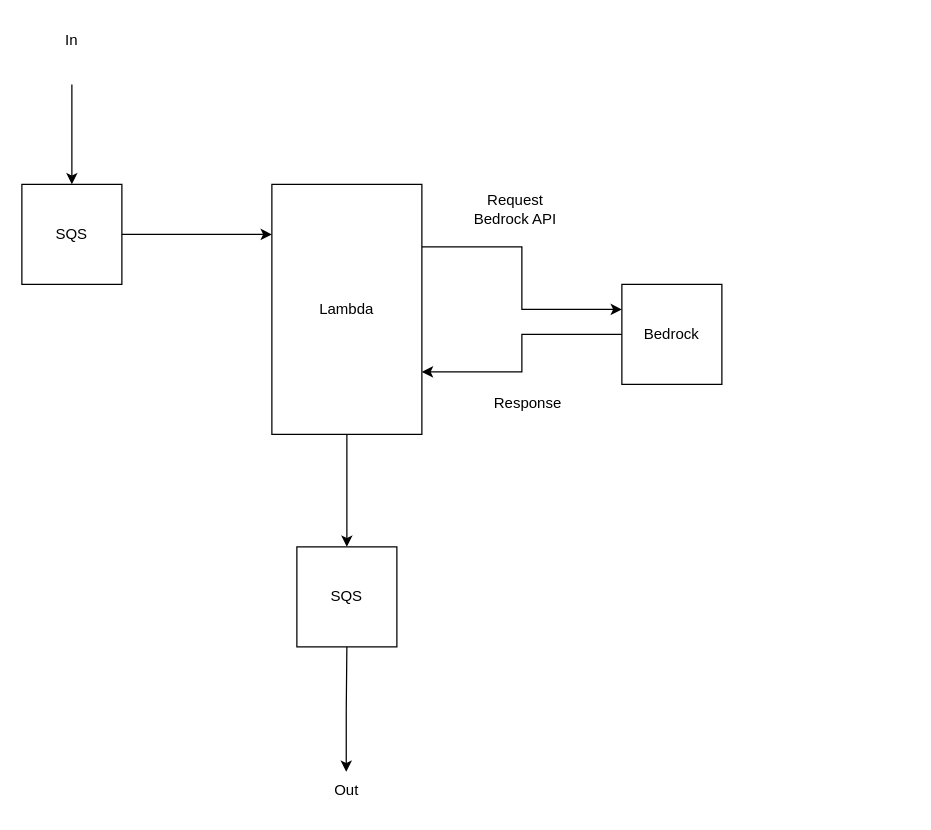
Above: page "Chatbot" (4 of 4) of plan/Workflow.drawio in deshpandesagar83/Portfolio_Website (draw.io), before the change. Source tidied: cells renumbered, new cells numbered last; positions are measured from the earlier drawing's top-left corner, leaving out a move shared by most shapes. Both pictures are drawn from the tidied source at 125%, with x=0, y=0 at pixel (21, 21).
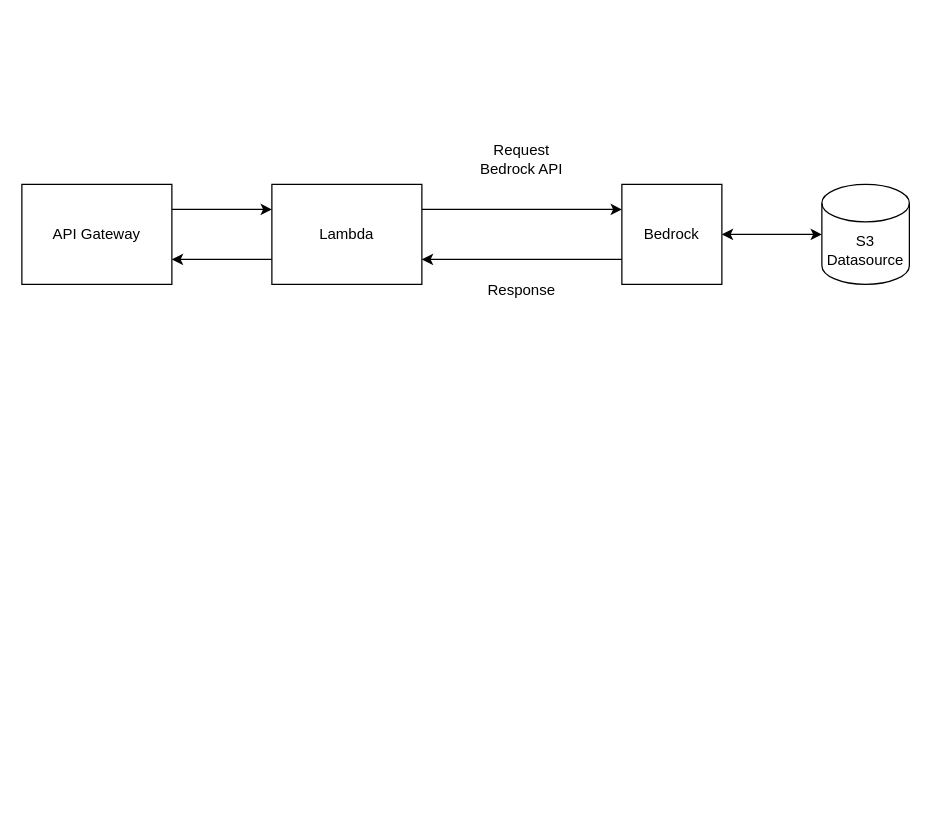
The same diagram, later.

Commit message (it also covers changes not shown here):
Add: Added lambda responses Update: basic error handleing. gitignore ignores python artifacts. Changed the workflow diagram to betterdescribe the functionality.

Diff of the diagram source:
```diff
@@
 <mxGraphModel>
   <root>
     <mxCell id="0" />
     <mxCell id="1" parent="0" />
-    <mxCell id="2" value="SQS" style="whiteSpace=wrap;html=1;" parent="1" vertex="1">
-      <mxGeometry y="130" width="80" height="80" as="geometry" />
-    </mxCell>
-    <mxCell id="3" style="edgeStyle=orthogonalEdgeStyle;rounded=0;jettySize=auto;html=1;entryX=1;entryY=0.75;entryDx=0;entryDy=0;" parent="1" edge="1" source="4" target="8">
+    <mxCell id="3" style="edgeStyle=orthogonalEdgeStyle;rounded=0;jettySize=auto;html=1;exitX=0;exitY=0.75;exitDx=0;exitDy=0;entryX=1;entryY=0.75;entryDx=0;entryDy=0;" parent="1" edge="1" source="4" target="8">
       <mxGeometry relative="1" as="geometry" />
     </mxCell>
     <mxCell id="4" value="Bedrock" style="whiteSpace=wrap;html=1;" parent="1" vertex="1">
-      <mxGeometry x="480" y="210" width="80" height="80" as="geometry" />
+      <mxGeometry x="480" y="130" width="80" height="80" as="geometry" />
     </mxCell>
-    <mxCell id="5" value="SQS" style="whiteSpace=wrap;html=1;" parent="1" vertex="1">
-      <mxGeometry x="220" y="420" width="80" height="80" as="geometry" />
-    </mxCell>
+    <mxCell id="16" style="edgeStyle=orthogonalEdgeStyle;rounded=0;jettySize=auto;html=1;exitX=0;exitY=0.75;exitDx=0;exitDy=0;entryX=1;entryY=0.75;entryDx=0;entryDy=0;" parent="1" edge="1" source="8" target="18">
+      <mxGeometry relative="1" as="geometry" />
+    </mxCell>
-    <mxCell id="6" style="edgeStyle=orthogonalEdgeStyle;rounded=0;jettySize=auto;html=1;entryX=0;entryY=0.25;entryDx=0;entryDy=0;exitX=1;exitY=0.25;exitDx=0;exitDy=0;" parent="1" edge="1" source="8" target="4">
+    <mxCell id="6" style="edgeStyle=orthogonalEdgeStyle;rounded=0;jettySize=auto;html=1;exitX=1;exitY=0.25;exitDx=0;exitDy=0;entryX=0;entryY=0.25;entryDx=0;entryDy=0;" parent="1" edge="1" source="8" target="4">
       <mxGeometry relative="1" as="geometry" />
     </mxCell>
-    <mxCell id="7" style="edgeStyle=orthogonalEdgeStyle;rounded=0;jettySize=auto;html=1;entryX=0.5;entryY=0;entryDx=0;entryDy=0;" parent="1" edge="1" source="8" target="5">
-      <mxGeometry relative="1" as="geometry" />
-    </mxCell>
     <mxCell id="8" value="Lambda" style="rounded=0;whiteSpace=wrap;html=1;" parent="1" vertex="1">
-      <mxGeometry x="200" y="130" width="120" height="200" as="geometry" />
+      <mxGeometry x="200" y="130" width="120" height="80" as="geometry" />
     </mxCell>
-    <mxCell id="9" style="edgeStyle=orthogonalEdgeStyle;rounded=0;jettySize=auto;html=1;entryX=0;entryY=0.2;entryDx=0;entryDy=0;entryPerimeter=0;" parent="1" edge="1" source="2" target="8">
-      <mxGeometry relative="1" as="geometry" />
-    </mxCell>
-    <mxCell id="10" style="endArrow=classic;html=1;rounded=0;entryX=0.5;entryY=0;entryDx=0;entryDy=0;" parent="1" edge="1" target="2">
-      <mxGeometry x="-0.13" relative="1" as="geometry">
-        <mxPoint x="40" y="50" as="sourcePoint" />
-        <Array as="points">
-          <mxPoint x="40" y="80" />
-        </Array>
-      </mxGeometry>
-    </mxCell>
-    <mxCell id="11" style="endArrow=classic;html=1;rounded=0;entryX=0.5;entryY=0;entryDx=0;entryDy=0;exitX=0.5;exitY=1;exitDx=0;exitDy=0;" parent="1" edge="1" source="5">
-      <mxGeometry x="0.1" relative="1" as="geometry">
-        <mxPoint x="259.5" y="600" as="targetPoint" />
-        <Array as="points">
-          <mxPoint x="259.5" y="550" />
-        </Array>
-      </mxGeometry>
-    </mxCell>
     <mxCell id="12" value="Request Bedrock API" style="text;html=1;whiteSpace=wrap;strokeColor=none;fillColor=none;align=center;verticalAlign=middle;rounded=0;" parent="1" vertex="1">
-      <mxGeometry x="355" y="130" width="80" height="40" as="geometry" />
+      <mxGeometry x="360" y="90" width="80" height="40" as="geometry" />
     </mxCell>
     <mxCell id="13" value="Response" style="text;html=1;whiteSpace=wrap;strokeColor=none;fillColor=none;align=center;verticalAlign=middle;rounded=0;" parent="1" vertex="1">
-      <mxGeometry x="375" y="290" width="60" height="30" as="geometry" />
+      <mxGeometry x="370" y="200" width="60" height="30" as="geometry" />
     </mxCell>
-    <mxCell id="14" value="In" style="text;html=1;whiteSpace=wrap;strokeColor=none;fillColor=none;align=center;verticalAlign=middle;rounded=0;" parent="1" vertex="1">
-      <mxGeometry x="10" width="60" height="30" as="geometry" />
-    </mxCell>
-    <mxCell id="15" value="Out" style="text;html=1;whiteSpace=wrap;strokeColor=none;fillColor=none;align=center;verticalAlign=middle;rounded=0;" parent="1" vertex="1">
-      <mxGeometry x="230" y="600" width="60" height="30" as="geometry" />
-    </mxCell>
+    <mxCell id="17" style="edgeStyle=orthogonalEdgeStyle;rounded=0;jettySize=auto;html=1;exitX=1;exitY=0.25;exitDx=0;exitDy=0;entryX=0;entryY=0.25;entryDx=0;entryDy=0;" parent="1" edge="1" source="18" target="8">
+      <mxGeometry relative="1" as="geometry" />
+    </mxCell>
+    <mxCell id="18" value="API Gateway" style="rounded=0;whiteSpace=wrap;html=1;" parent="1" vertex="1">
+      <mxGeometry y="130" width="120" height="80" as="geometry" />
+    </mxCell>
+    <mxCell id="19" style="edgeStyle=orthogonalEdgeStyle;rounded=0;jettySize=auto;html=1;startArrow=classic;startFill=1;" parent="1" edge="1" source="20" target="4">
+      <mxGeometry relative="1" as="geometry" />
+    </mxCell>
+    <mxCell id="20" value="S3 Datasource" style="shape=cylinder3;whiteSpace=wrap;html=1;boundedLbl=1;backgroundOutline=1;size=15;" parent="1" vertex="1">
+      <mxGeometry x="640" y="130" width="70" height="80" as="geometry" />
+    </mxCell>
   </root>
 </mxGraphModel>
```
